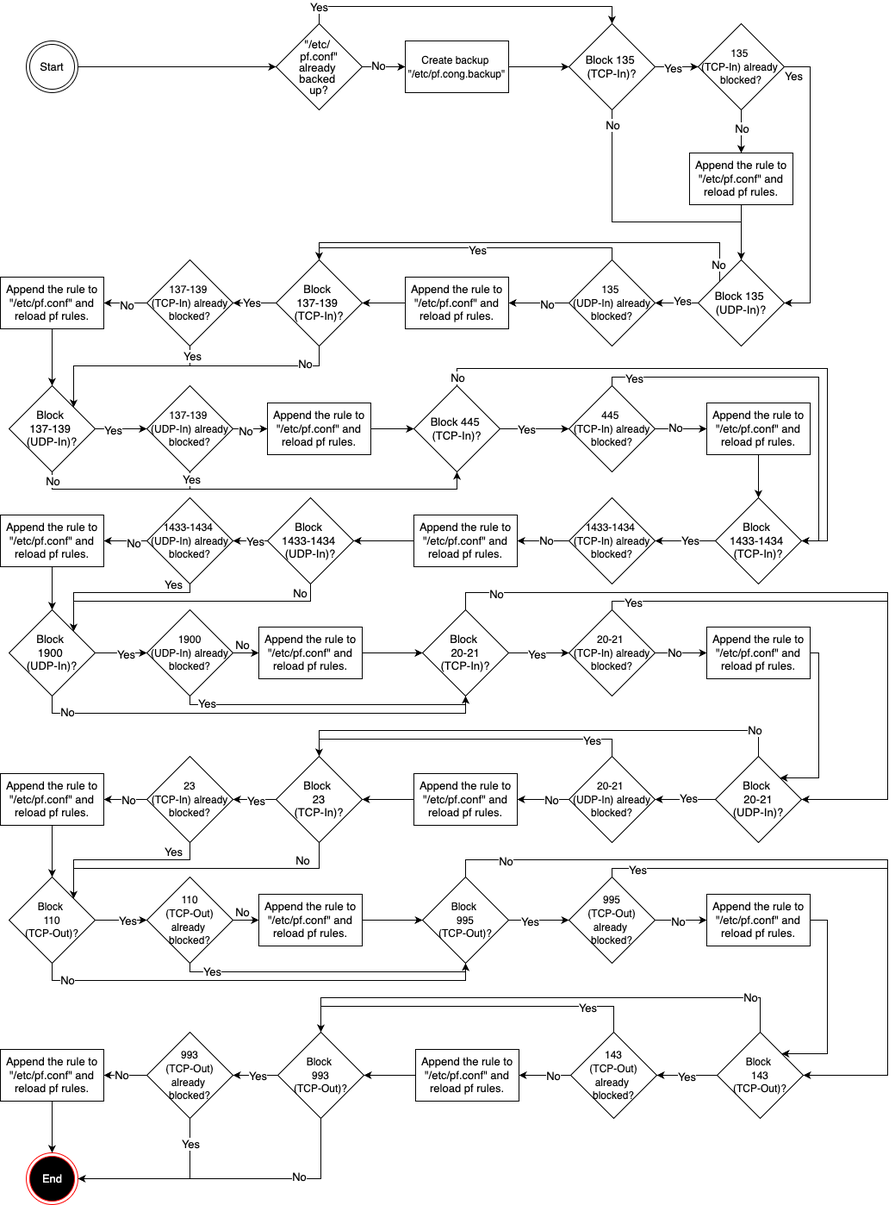
microsoft/shell-intune-samples keeps this draw.io diagram as macOS/Config/Firewall/Block Selected Port Numbers from macOS Firewall/Diagram.png. Above is the earlier version. Source tidied: cells renumbered, new cells last; positions are measured from the earlier drawing's top-left corner, leaving out a move shared by most shapes.
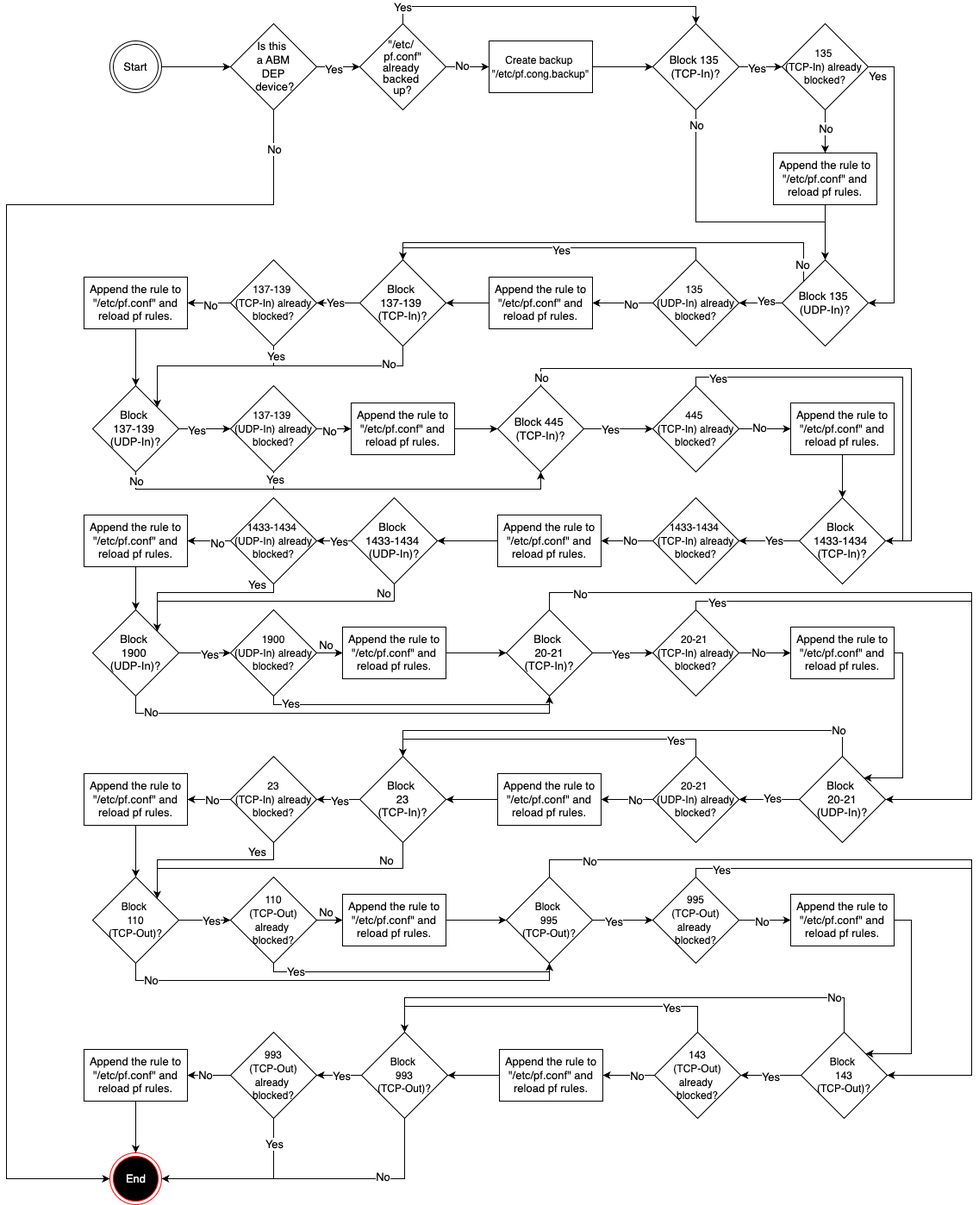
The same diagram one commit later.

Change to the diagram source:
```diff
@@ -2,9 +2,9 @@
   <root>
     <mxCell id="0" />
     <mxCell id="1" parent="0" />
-    <mxCell id="2" style="edgeStyle=none;html=1;exitX=1;exitY=0.5;exitDx=0;exitDy=0;entryX=0;entryY=0.5;entryDx=0;entryDy=0;fontColor=#000000;" parent="1" edge="1" source="3" target="8">
-      <mxGeometry relative="1" as="geometry" />
-    </mxCell>
+    <mxCell id="188" style="edgeStyle=none;html=1;exitX=1;exitY=0.5;exitDx=0;exitDy=0;" parent="1" edge="1" source="3" target="193">
+      <mxGeometry relative="1" as="geometry" />
+    </mxCell>
     <mxCell id="3" value="&lt;font style=&quot;color: rgb(0, 0, 0);&quot;&gt;Start&lt;/font&gt;" style="ellipse;shape=doubleEllipse;html=1;dashed=0;whiteSpace=wrap;fontSize=13;fontColor=#000000;" parent="1" vertex="1">
       <mxGeometry x="30" y="20" width="60" height="60" as="geometry" />
     </mxCell>
@@ -695,5 +695,28 @@
     <mxCell id="187" value="Append the rule to &quot;/etc/pf.conf&quot; and reload pf rules." style="rounded=0;whiteSpace=wrap;html=1;fontSize=13;fontColor=#000000;" parent="1" vertex="1">
       <mxGeometry y="1190" width="120" height="60" as="geometry" />
     </mxCell>
+    <mxCell id="189" style="edgeStyle=none;html=1;exitX=1;exitY=0.5;exitDx=0;exitDy=0;entryX=0;entryY=0.5;entryDx=0;entryDy=0;" parent="1" edge="1" source="193" target="8">
+      <mxGeometry relative="1" as="geometry" />
+    </mxCell>
+    <mxCell id="190" value="&lt;font style=&quot;font-size: 13px; color: rgb(0, 0, 0);&quot;&gt;Yes&lt;/font&gt;" style="edgeLabel;html=1;align=center;verticalAlign=middle;" parent="189" vertex="1">
+      <mxGeometry x="-0.24" y="-2" relative="1" as="geometry" />
+    </mxCell>
+    <mxCell id="191" style="edgeStyle=orthogonalEdgeStyle;html=1;exitX=0.5;exitY=1;exitDx=0;exitDy=0;entryX=0;entryY=0.5;entryDx=0;entryDy=0;strokeWidth=1;rounded=0;curved=0;" parent="1" edge="1" source="193" target="139">
+      <mxGeometry relative="1" as="geometry">
+        <Array as="points">
+          <mxPoint x="220" y="210" />
+          <mxPoint x="-90" y="210" />
+          <mxPoint x="-90" y="1340" />
+        </Array>
+      </mxGeometry>
+    </mxCell>
+    <mxCell id="192" value="&lt;font style=&quot;font-size: 13px; color: rgb(0, 0, 0);&quot;&gt;No&lt;/font&gt;" style="edgeLabel;html=1;align=center;verticalAlign=middle;" parent="191" vertex="1">
+      <mxGeometry x="-0.95" y="-4" relative="1" as="geometry">
+        <mxPoint x="4" as="offset" />
+      </mxGeometry>
+    </mxCell>
+    <mxCell id="193" value="&lt;font style=&quot;color: rgb(0, 0, 0);&quot;&gt;Is this&amp;nbsp;&lt;/font&gt;&lt;div&gt;&lt;font style=&quot;color: rgb(0, 0, 0);&quot;&gt;a ABM&lt;/font&gt;&lt;div&gt;&lt;font style=&quot;color: rgb(0, 0, 0);&quot;&gt;DEP&lt;/font&gt;&lt;/div&gt;&lt;div&gt;&lt;font style=&quot;color: rgb(0, 0, 0);&quot;&gt;&amp;nbsp;device?&lt;/font&gt;&lt;/div&gt;&lt;/div&gt;" style="rhombus;whiteSpace=wrap;html=1;fontSize=13;fontColor=#000000;align=center;" parent="1" vertex="1">
+      <mxGeometry x="170" width="100" height="100" as="geometry" />
+    </mxCell>
   </root>
 </mxGraphModel>
```
